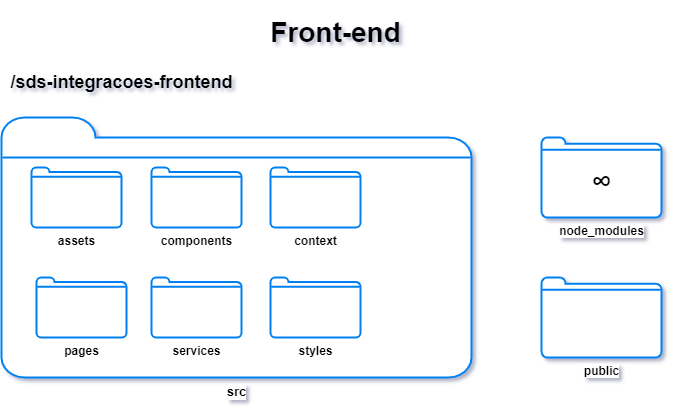
Before: img-docs/diagramas/diagrama-pacotes-frontend.png, a diagram exported from draw.io (sdsunb/sds-integracoes-hackatona). Source tidied: cells renumbered, new cells last; positions are measured from the earlier drawing's top-left corner, leaving out a move shared by most shapes.
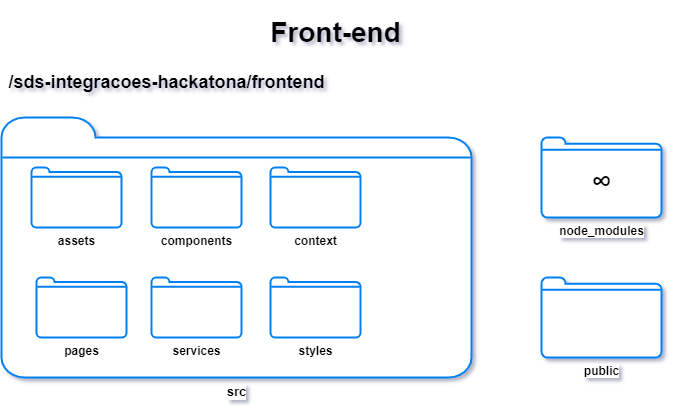
Above is the later version.

Diff of the diagram source:
```diff
@@ -8,8 +8,8 @@
     <mxCell id="3" value="&lt;h1&gt;&lt;font style=&quot;font-size: 28px&quot;&gt;Front-end&lt;/font&gt;&lt;/h1&gt;" style="text;html=1;align=center;verticalAlign=middle;strokeColor=none;fillColor=none;" parent="1" vertex="1">
       <mxGeometry x="259" width="150" height="50" as="geometry" />
     </mxCell>
-    <mxCell id="4" value="&lt;h2&gt;/sds-integracoes-frontend&lt;/h2&gt;" style="text;html=1;align=center;verticalAlign=middle;strokeColor=none;fillColor=none;" parent="1" vertex="1">
-      <mxGeometry y="50" width="240" height="50" as="geometry" />
+    <mxCell id="4" value="&lt;h2&gt;/sds-integracoes-hackatona/frontend&lt;/h2&gt;" style="text;html=1;align=center;verticalAlign=middle;strokeColor=none;fillColor=none;" parent="1" vertex="1">
+      <mxGeometry y="50" width="330" height="50" as="geometry" />
     </mxCell>
     <mxCell id="5" value="&lt;b&gt;node_modules&lt;/b&gt;" style="html=1;verticalLabelPosition=bottom;align=center;labelBackgroundColor=#ffffff;verticalAlign=top;strokeWidth=2;strokeColor=#0080F0;shadow=0;dashed=0;shape=mxgraph.ios7.icons.folder;" parent="1" vertex="1">
       <mxGeometry x="540" y="130" width="120" height="80" as="geometry" />
```
